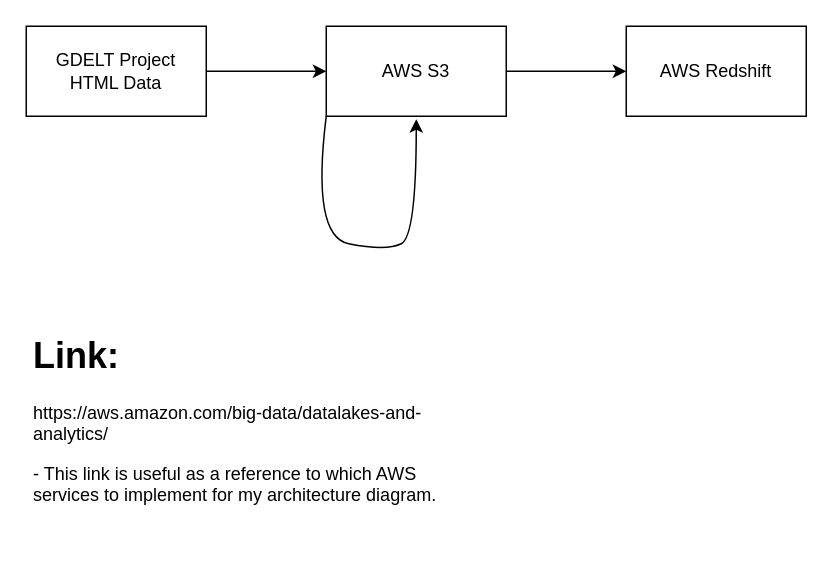
This is OE_Capstone_Step_7.drawio from JamesHizon/Open-ended-Capstone-Step-7, a draw.io file, before an edit. Source tidied: cells renumbered, new cells numbered last; positions are measured from the earlier drawing's top-left corner, leaving out a move shared by most shapes. Both pictures are drawn from the tidied source at 150%, with x=0, y=0 at pixel (26, 26).
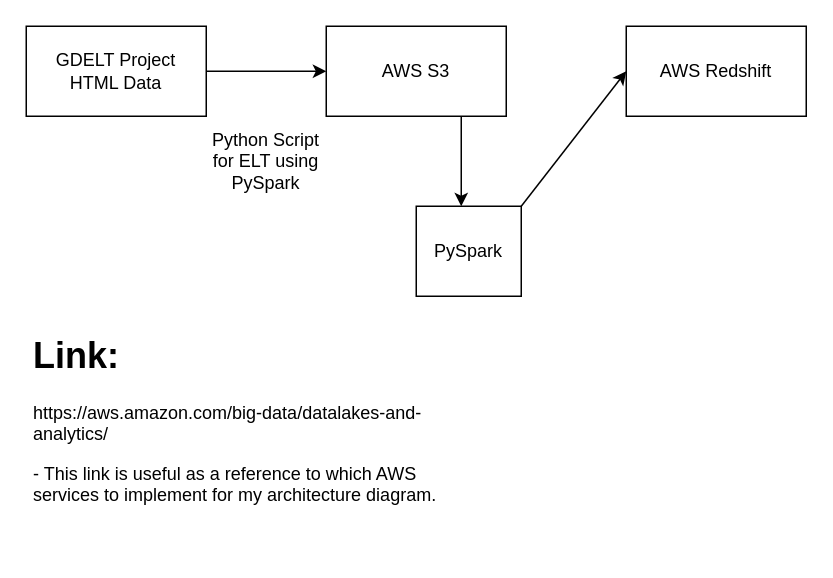
Above is the later version.

What changed in the source:
```diff
@@
 <mxGraphModel>
   <root>
     <mxCell id="0" />
     <mxCell id="1" parent="0" />
     <mxCell id="2" value="GDELT Project &lt;br&gt;HTML Data" style="rounded=0;whiteSpace=wrap;html=1;" parent="1" vertex="1">
       <mxGeometry width="120" height="60" as="geometry" />
     </mxCell>
     <mxCell id="3" value="AWS S3" style="rounded=0;whiteSpace=wrap;html=1;" parent="1" vertex="1">
       <mxGeometry x="200" width="120" height="60" as="geometry" />
     </mxCell>
     <mxCell id="4" value="AWS Redshift" style="rounded=0;whiteSpace=wrap;html=1;" parent="1" vertex="1">
       <mxGeometry x="400" width="120" height="60" as="geometry" />
     </mxCell>
     <mxCell id="5" value="&lt;h1&gt;Link:&lt;/h1&gt;&lt;p&gt;https://aws.amazon.com/big-data/datalakes-and-analytics/&lt;/p&gt;&lt;p&gt;- This link is useful as a reference to which AWS services to implement for my architecture diagram.&lt;/p&gt;" style="text;html=1;strokeColor=none;fillColor=none;spacing=5;spacingTop=-20;whiteSpace=wrap;overflow=hidden;rounded=0;" parent="1" vertex="1">
       <mxGeometry y="200" width="290" height="150" as="geometry" />
     </mxCell>
     <mxCell id="6" style="endArrow=classic;html=1;exitX=1;exitY=0.5;exitDx=0;exitDy=0;" parent="1" edge="1" source="2" target="3">
       <mxGeometry relative="1" as="geometry" />
     </mxCell>
-    <mxCell id="7" style="endArrow=classic;html=1;entryX=0;entryY=0.5;entryDx=0;entryDy=0;" parent="1" edge="1" target="4">
-      <mxGeometry relative="1" as="geometry">
-        <mxPoint x="320" y="30" as="sourcePoint" />
-      </mxGeometry>
+    <mxCell id="7" style="endArrow=classic;html=1;entryX=0;entryY=0.5;entryDx=0;entryDy=0;exitX=1;exitY=0;exitDx=0;exitDy=0;" parent="1" edge="1" source="10" target="4">
+      <mxGeometry relative="1" as="geometry" />
     </mxCell>
-    <mxCell id="8" style="curved=1;endArrow=classic;html=1;" parent="1" edge="1">
-      <mxGeometry relative="1" as="geometry">
-        <mxPoint x="200" y="60" as="sourcePoint" />
-        <mxPoint x="260" y="62" as="targetPoint" />
-        <Array as="points">
-          <mxPoint x="190" y="140" />
-          <mxPoint x="240" y="150" />
-          <mxPoint x="260" y="140" />
-        </Array>
-      </mxGeometry>
-    </mxCell>
+    <mxCell id="9" value="Python Script for ELT using PySpark" style="text;html=1;strokeColor=none;fillColor=none;align=center;verticalAlign=middle;whiteSpace=wrap;rounded=0;" parent="1" vertex="1">
+      <mxGeometry x="120" y="80" width="80" height="20" as="geometry" />
+    </mxCell>
+    <mxCell id="10" value="PySpark" style="rounded=0;whiteSpace=wrap;html=1;" parent="1" vertex="1">
+      <mxGeometry x="260" y="120" width="70" height="60" as="geometry" />
+    </mxCell>
+    <mxCell id="11" style="endArrow=classic;html=1;exitX=0.75;exitY=1;exitDx=0;exitDy=0;" parent="1" edge="1" source="3">
+      <mxGeometry relative="1" as="geometry">
+        <mxPoint x="290" y="120" as="targetPoint" />
+      </mxGeometry>
+    </mxCell>
   </root>
 </mxGraphModel>
```
